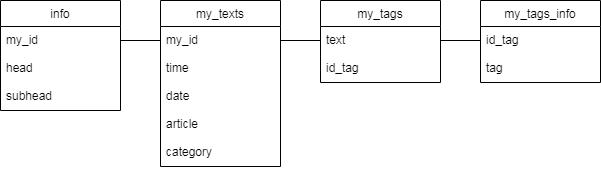
Above: database_py.png in JanaKoko/try (draw.io), before the change. Source tidied: cells renumbered, new cells last; positions are measured from the earlier drawing's top-left corner, leaving out a move shared by most shapes. The source it was exported from:
```xml
<mxGraphModel>
  <root>
    <mxCell id="0" />
    <mxCell id="1" parent="0" />
    <mxCell id="2" value="info" style="swimlane;fontStyle=0;horizontal=1;startSize=26;fillColor=none;" parent="1" vertex="1">
      <mxGeometry width="120" height="110" as="geometry" />
    </mxCell>
    <mxCell id="3" value="my_id" style="text;strokeColor=none;fillColor=none;align=left;verticalAlign=top;spacingLeft=4;spacingRight=4;overflow=hidden;points=[[0,0.5],[1,0.5]];portConstraint=eastwest;" parent="2" vertex="1">
      <mxGeometry y="26" width="120" height="28" as="geometry" />
    </mxCell>
    <mxCell id="4" value="head" style="text;strokeColor=none;fillColor=none;align=left;verticalAlign=top;spacingLeft=4;spacingRight=4;overflow=hidden;" parent="2" vertex="1">
      <mxGeometry y="54" width="120" height="28" as="geometry" />
    </mxCell>
    <mxCell id="5" value="subhead" style="text;strokeColor=none;fillColor=none;align=left;verticalAlign=top;spacingLeft=4;spacingRight=4;overflow=hidden;" parent="2" vertex="1">
      <mxGeometry y="82" width="120" height="28" as="geometry" />
    </mxCell>
    <mxCell id="6" value="my_texts" style="swimlane;fontStyle=0;horizontal=1;startSize=26;fillColor=none;" parent="1" vertex="1">
      <mxGeometry x="160" width="120" height="166" as="geometry" />
    </mxCell>
    <mxCell id="7" value="my_id" style="text;strokeColor=none;fillColor=none;align=left;verticalAlign=top;spacingLeft=4;spacingRight=4;overflow=hidden;points=[[0,0.5],[1,0.5]];portConstraint=eastwest;" parent="6" vertex="1">
      <mxGeometry y="26" width="120" height="28" as="geometry" />
    </mxCell>
    <mxCell id="8" value="time" style="text;strokeColor=none;fillColor=none;align=left;verticalAlign=top;spacingLeft=4;spacingRight=4;overflow=hidden;" parent="6" vertex="1">
      <mxGeometry y="54" width="120" height="28" as="geometry" />
    </mxCell>
    <mxCell id="9" value="date" style="text;strokeColor=none;fillColor=none;align=left;verticalAlign=top;spacingLeft=4;spacingRight=4;overflow=hidden;" parent="6" vertex="1">
      <mxGeometry y="82" width="120" height="28" as="geometry" />
    </mxCell>
    <mxCell id="10" value="article" style="text;strokeColor=none;fillColor=none;align=left;verticalAlign=top;spacingLeft=4;spacingRight=4;overflow=hidden;" parent="6" vertex="1">
      <mxGeometry y="110" width="120" height="28" as="geometry" />
    </mxCell>
    <mxCell id="11" value="category" style="text;strokeColor=none;fillColor=none;align=left;verticalAlign=top;spacingLeft=4;spacingRight=4;overflow=hidden;" parent="6" vertex="1">
      <mxGeometry y="138" width="120" height="28" as="geometry" />
    </mxCell>
    <mxCell id="12" value="my_tags" style="swimlane;fontStyle=0;horizontal=1;startSize=26;fillColor=none;" parent="1" vertex="1">
      <mxGeometry x="320" width="120" height="82" as="geometry" />
    </mxCell>
    <mxCell id="13" value="text" style="text;strokeColor=none;fillColor=none;align=left;verticalAlign=top;spacingLeft=4;spacingRight=4;overflow=hidden;points=[[0,0.5],[1,0.5]];portConstraint=eastwest;" parent="12" vertex="1">
      <mxGeometry y="26" width="120" height="28" as="geometry" />
    </mxCell>
    <mxCell id="14" value="id_tag" style="text;strokeColor=none;fillColor=none;align=left;verticalAlign=top;spacingLeft=4;spacingRight=4;overflow=hidden;" parent="12" vertex="1">
      <mxGeometry y="54" width="120" height="28" as="geometry" />
    </mxCell>
    <mxCell id="15" value="my_tags_info" style="swimlane;fontStyle=0;horizontal=1;startSize=26;fillColor=none;" parent="1" vertex="1">
      <mxGeometry x="480" width="120" height="82" as="geometry" />
    </mxCell>
    <mxCell id="16" value="id_tag" style="text;strokeColor=none;fillColor=none;align=left;verticalAlign=top;spacingLeft=4;spacingRight=4;overflow=hidden;points=[[0,0.5],[1,0.5]];portConstraint=eastwest;" parent="15" vertex="1">
      <mxGeometry y="26" width="120" height="28" as="geometry" />
    </mxCell>
    <mxCell id="17" value="tag" style="text;strokeColor=none;fillColor=none;align=left;verticalAlign=top;spacingLeft=4;spacingRight=4;overflow=hidden;" parent="15" vertex="1">
      <mxGeometry y="54" width="120" height="28" as="geometry" />
    </mxCell>
    <mxCell id="18" style="rounded=0;jettySize=auto;html=1;exitX=1;exitY=0.5;exitDx=0;exitDy=0;entryX=0;entryY=0.5;entryDx=0;entryDy=0;endArrow=none;endFill=0;" parent="1" edge="1" source="3" target="7">
      <mxGeometry relative="1" as="geometry" />
    </mxCell>
    <mxCell id="19" style="edgeStyle=none;rounded=0;jettySize=auto;html=1;exitX=1;exitY=0.5;exitDx=0;exitDy=0;entryX=0;entryY=0.5;entryDx=0;entryDy=0;endArrow=none;endFill=0;" parent="1" edge="1" source="7" target="13">
      <mxGeometry relative="1" as="geometry" />
    </mxCell>
    <mxCell id="20" style="edgeStyle=none;rounded=0;jettySize=auto;html=1;exitX=1;exitY=0.5;exitDx=0;exitDy=0;entryX=0;entryY=0.5;entryDx=0;entryDy=0;endArrow=none;endFill=0;" parent="1" edge="1" source="13" target="16">
      <mxGeometry relative="1" as="geometry" />
    </mxCell>
  </root>
</mxGraphModel>
```
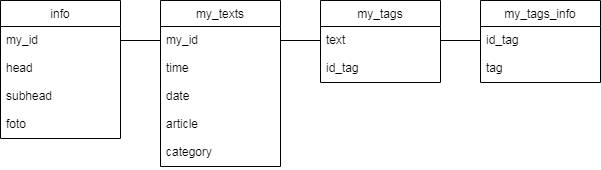
The same diagram one commit later.

Diff of the diagram source:
```diff
@@ -3,7 +3,7 @@
     <mxCell id="0" />
     <mxCell id="1" parent="0" />
     <mxCell id="2" value="info" style="swimlane;fontStyle=0;horizontal=1;startSize=26;fillColor=none;" parent="1" vertex="1">
-      <mxGeometry width="120" height="110" as="geometry" />
+      <mxGeometry width="120" height="138" as="geometry" />
     </mxCell>
     <mxCell id="3" value="my_id" style="text;strokeColor=none;fillColor=none;align=left;verticalAlign=top;spacingLeft=4;spacingRight=4;overflow=hidden;points=[[0,0.5],[1,0.5]];portConstraint=eastwest;" parent="2" vertex="1">
       <mxGeometry y="26" width="120" height="28" as="geometry" />
@@ -14,6 +14,9 @@
     <mxCell id="5" value="subhead" style="text;strokeColor=none;fillColor=none;align=left;verticalAlign=top;spacingLeft=4;spacingRight=4;overflow=hidden;" parent="2" vertex="1">
       <mxGeometry y="82" width="120" height="28" as="geometry" />
     </mxCell>
+    <mxCell id="21" value="foto" style="text;strokeColor=none;fillColor=none;align=left;verticalAlign=top;spacingLeft=4;spacingRight=4;overflow=hidden;" parent="2" vertex="1">
+      <mxGeometry y="110" width="120" height="28" as="geometry" />
+    </mxCell>
     <mxCell id="6" value="my_texts" style="swimlane;fontStyle=0;horizontal=1;startSize=26;fillColor=none;" parent="1" vertex="1">
       <mxGeometry x="160" width="120" height="166" as="geometry" />
     </mxCell>
```
